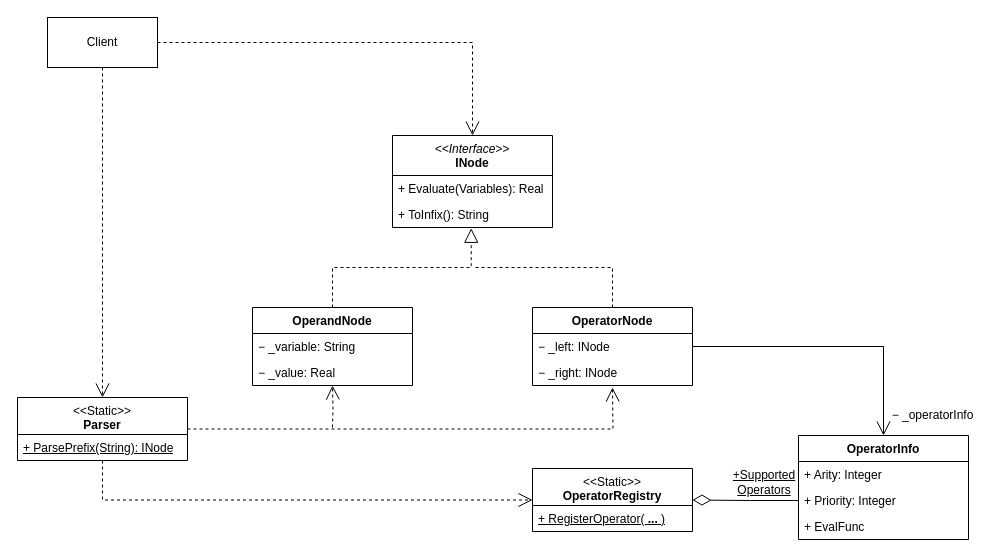
Above: Lab_2/Lab_2.drawio in 4lnULpGkuW/OOAD2 (draw.io), before the change. Source tidied: cells renumbered, new cells numbered last; positions are measured from the earlier drawing's top-left corner, leaving out a move shared by most shapes. Both pictures are drawn from the tidied source at 100%, with x=0, y=0 at pixel (17, 17).
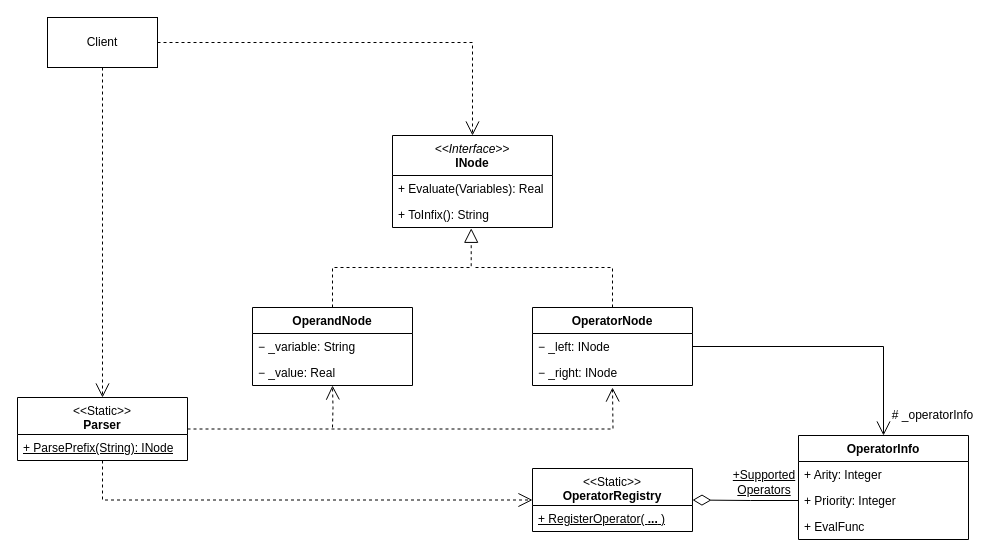
The same page after the edit.

Diff of the diagram source:
```diff
@@
-    <mxCell id="30" value="&lt;span style=&quot;text-align: left; text-wrap-mode: wrap;&quot;&gt;−&lt;/span&gt;&lt;span style=&quot;text-align: left; text-wrap-mode: wrap; background-color: transparent; color: light-dark(rgb(0, 0, 0), rgb(255, 255, 255));&quot;&gt;&amp;nbsp;_operatorInfo&lt;/span&gt;" style="text;html=1;align=center;verticalAlign=middle;strokeColor=none;fillColor=none;" parent="1" vertex="1">
-      <mxGeometry x="860" y="383" width="110" height="30" as="geometry" />
+    <mxCell id="30" value="&lt;span style=&quot;text-align: left; text-wrap-mode: wrap;&quot;&gt;#&lt;/span&gt;&lt;span style=&quot;text-align: left; text-wrap-mode: wrap; background-color: transparent; color: light-dark(rgb(0, 0, 0), rgb(255, 255, 255));&quot;&gt;&amp;nbsp;_operatorInfo&lt;/span&gt;" style="text;html=1;align=center;verticalAlign=middle;strokeColor=none;fillColor=none;" parent="1" vertex="1">
+      <mxGeometry x="865" y="383" width="100" height="30" as="geometry" />
     </mxCell>
```
